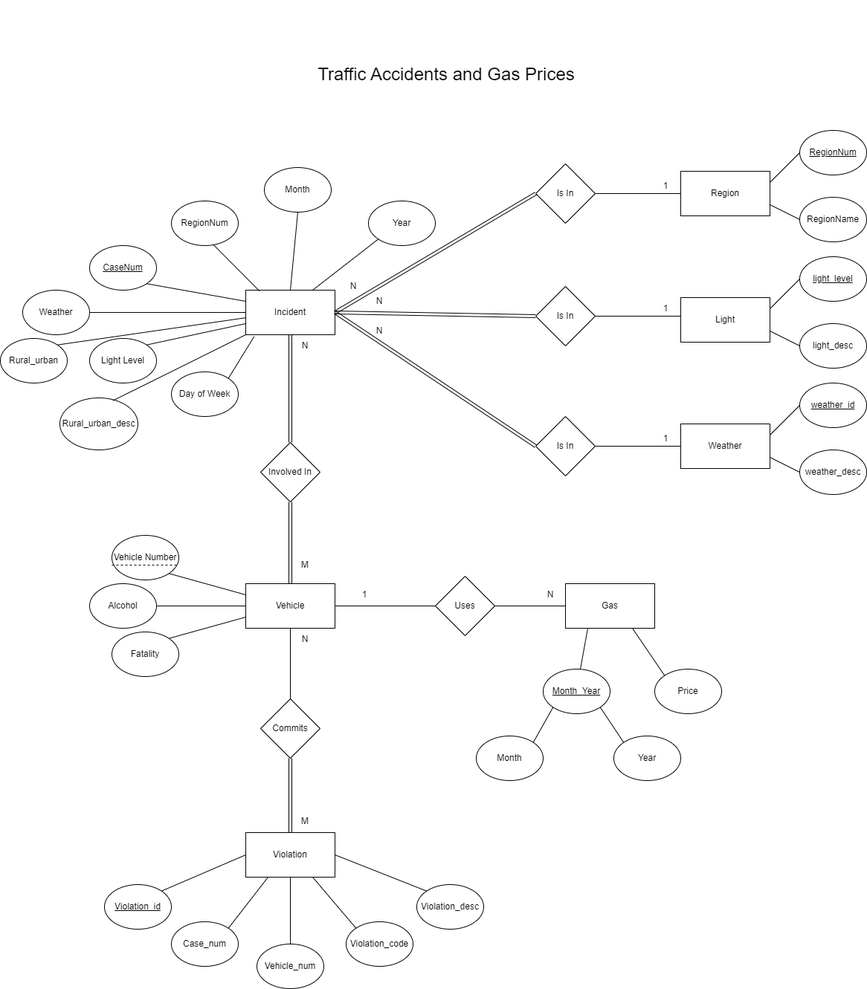
This is Diagrams/UCD_Group_9_ERD.drawio.png from clondon0792/Final_Project_Repo, a draw.io export, as it was before one commit. Source tidied: cells renumbered, new cells last; positions are measured from the earlier drawing's top-left corner, leaving out a move shared by most shapes.
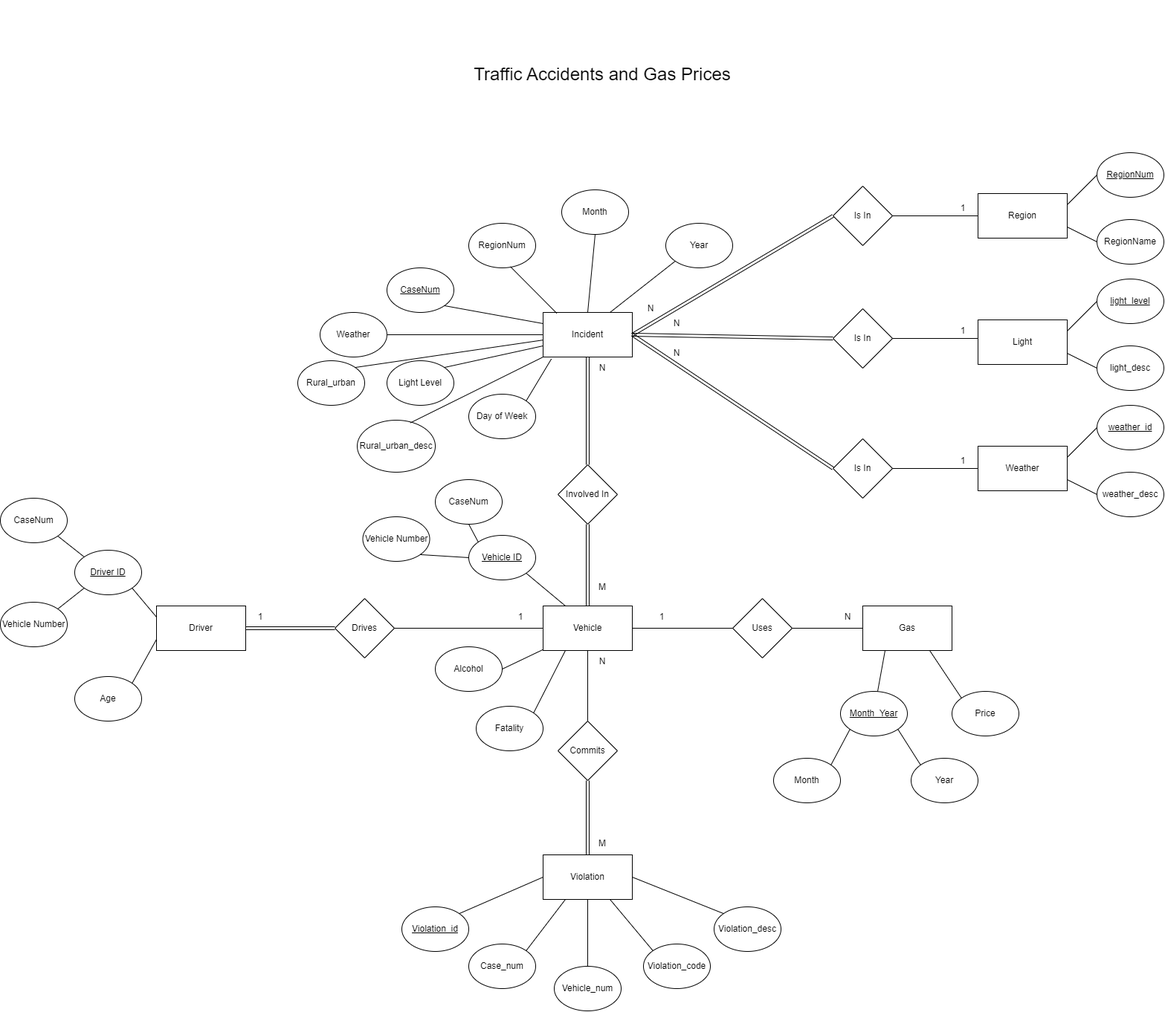
Above is the later version.

What changed in the source:
```diff
@@ -32,14 +32,9 @@
     <mxCell id="11" value="Vehicle" style="rounded=0;whiteSpace=wrap;html=1;" parent="1" vertex="1">
       <mxGeometry x="330" y="785" width="120" height="60" as="geometry" />
     </mxCell>
-    <mxCell id="12" value="Vehicle Number" style="ellipse;whiteSpace=wrap;html=1;" parent="1" vertex="1">
-      <mxGeometry x="150" y="720" width="90" height="60" as="geometry" />
+    <mxCell id="12" value="&lt;u&gt;Vehicle ID&lt;/u&gt;" style="ellipse;whiteSpace=wrap;html=1;" parent="1" vertex="1">
+      <mxGeometry x="230" y="690" width="90" height="60" as="geometry" />
     </mxCell>
-    <mxCell id="13" style="endArrow=none;dashed=1;html=1;rounded=0;exitX=0;exitY=0.667;exitDx=0;exitDy=0;exitPerimeter=0;" parent="1" edge="1" source="12">
-      <mxGeometry relative="1" as="geometry">
-        <mxPoint x="240" y="760" as="targetPoint" />
-      </mxGeometry>
-    </mxCell>
     <mxCell id="14" value="Uses" style="rhombus;whiteSpace=wrap;html=1;strokeColor=default;" parent="1" vertex="1">
       <mxGeometry x="585" y="775" width="80" height="80" as="geometry" />
     </mxCell>
@@ -83,13 +78,13 @@
       <mxGeometry relative="1" as="geometry" />
     </mxCell>
     <mxCell id="28" value="Alcohol&lt;span style=&quot;color: rgba(0, 0, 0, 0); font-family: monospace; font-size: 0px; text-align: start;&quot;&gt;%3CmxGraphModel%3E%3Croot%3E%3CmxCell%20id%3D%220%22%2F%3E%3CmxCell%20id%3D%221%22%20parent%3D%220%22%2F%3E%3CmxCell%20id%3D%222%22%20value%3D%22Vehicle%20Number%22%20style%3D%22ellipse%3BwhiteSpace%3Dwrap%3Bhtml%3D1%3B%22%20vertex%3D%221%22%20parent%3D%221%22%3E%3CmxGeometry%20x%3D%2220%22%20y%3D%22510%22%20width%3D%2290%22%20height%3D%2260%22%20as%3D%22geometry%22%2F%3E%3C%2FmxCell%3E%3C%2Froot%3E%3C%2FmxGraphModel%3E&lt;/span&gt;&lt;span style=&quot;color: rgba(0, 0, 0, 0); font-family: monospace; font-size: 0px; text-align: start;&quot;&gt;%3CmxGraphModel%3E%3Croot%3E%3CmxCell%20id%3D%220%22%2F%3E%3CmxCell%20id%3D%221%22%20parent%3D%220%22%2F%3E%3CmxCell%20id%3D%222%22%20value%3D%22Vehicle%20Number%22%20style%3D%22ellipse%3BwhiteSpace%3Dwrap%3Bhtml%3D1%3B%22%20vertex%3D%221%22%20parent%3D%221%22%3E%3CmxGeometry%20x%3D%2220%22%20y%3D%22510%22%20width%3D%2290%22%20height%3D%2260%22%20as%3D%22geometry%22%2F%3E%3C%2FmxCell%3E%3C%2Froot%3E%3C%2FmxGraphModel%3E&lt;/span&gt;" style="ellipse;whiteSpace=wrap;html=1;" parent="1" vertex="1">
-      <mxGeometry x="120" y="785" width="90" height="60" as="geometry" />
+      <mxGeometry x="185" y="840" width="90" height="60" as="geometry" />
     </mxCell>
     <mxCell id="29" value="Weather" style="ellipse;whiteSpace=wrap;html=1;" parent="1" vertex="1">
       <mxGeometry x="30" y="390" width="90" height="60" as="geometry" />
     </mxCell>
     <mxCell id="30" value="Fatality" style="ellipse;whiteSpace=wrap;html=1;" parent="1" vertex="1">
-      <mxGeometry x="150" y="850" width="90" height="60" as="geometry" />
+      <mxGeometry x="240" y="920" width="90" height="60" as="geometry" />
     </mxCell>
     <mxCell id="31" value="Light Level" style="ellipse;whiteSpace=wrap;html=1;" parent="1" vertex="1">
       <mxGeometry x="120" y="455" width="90" height="60" as="geometry" />
@@ -97,13 +92,13 @@
     <mxCell id="32" value="Day of Week" style="ellipse;whiteSpace=wrap;html=1;" parent="1" vertex="1">
       <mxGeometry x="230" y="500" width="90" height="60" as="geometry" />
     </mxCell>
-    <mxCell id="33" style="endArrow=none;html=1;rounded=0;entryX=0;entryY=0.25;entryDx=0;entryDy=0;exitX=1;exitY=1;exitDx=0;exitDy=0;" parent="1" edge="1" source="12" target="11">
+    <mxCell id="33" style="endArrow=none;html=1;rounded=0;entryX=0.25;entryY=0;entryDx=0;entryDy=0;exitX=1;exitY=1;exitDx=0;exitDy=0;" parent="1" edge="1" source="12" target="11">
       <mxGeometry relative="1" as="geometry" />
     </mxCell>
-    <mxCell id="34" style="endArrow=none;html=1;rounded=0;entryX=1;entryY=0;entryDx=0;entryDy=0;exitX=0;exitY=0.75;exitDx=0;exitDy=0;" parent="1" edge="1" source="11" target="30">
+    <mxCell id="34" style="endArrow=none;html=1;rounded=0;entryX=1;entryY=0;entryDx=0;entryDy=0;exitX=0.25;exitY=1;exitDx=0;exitDy=0;" parent="1" edge="1" source="11" target="30">
       <mxGeometry relative="1" as="geometry" />
     </mxCell>
-    <mxCell id="35" style="endArrow=none;html=1;rounded=0;entryX=1;entryY=0.5;entryDx=0;entryDy=0;exitX=0;exitY=0.5;exitDx=0;exitDy=0;" parent="1" edge="1" source="11" target="28">
+    <mxCell id="35" style="endArrow=none;html=1;rounded=0;entryX=1;entryY=0.5;entryDx=0;entryDy=0;" parent="1" edge="1" source="11" target="28">
       <mxGeometry relative="1" as="geometry" />
     </mxCell>
     <mxCell id="36" style="endArrow=none;html=1;rounded=0;entryX=0.25;entryY=1;entryDx=0;entryDy=0;" parent="1" edge="1" target="8">
@@ -163,7 +158,7 @@
       <mxGeometry x="865" y="235" width="60" height="30" as="geometry" />
     </mxCell>
     <mxCell id="54" value="&lt;font style=&quot;font-size: 24px;&quot;&gt;Traffic Accidents and Gas Prices&lt;/font&gt;" style="text;html=1;strokeColor=none;fillColor=none;align=center;verticalAlign=middle;whiteSpace=wrap;rounded=0;" parent="1" vertex="1">
-      <mxGeometry x="410" width="380" height="200" as="geometry" />
+      <mxGeometry x="220" y="-30" width="380" height="200" as="geometry" />
     </mxCell>
     <mxCell id="55" value="Light" style="rounded=0;whiteSpace=wrap;html=1;" parent="1" vertex="1">
       <mxGeometry x="915" y="400" width="120" height="60" as="geometry" />
@@ -289,5 +284,59 @@
     <mxCell id="94" style="endArrow=none;html=1;rounded=0;exitX=0.68;exitY=0.052;exitDx=0;exitDy=0;exitPerimeter=0;entryX=0;entryY=1;entryDx=0;entryDy=0;" parent="1" edge="1" source="92" target="2">
       <mxGeometry relative="1" as="geometry" />
     </mxCell>
+    <mxCell id="95" value="Driver" style="rounded=0;whiteSpace=wrap;html=1;" parent="1" vertex="1">
+      <mxGeometry x="-190" y="785" width="120" height="60" as="geometry" />
+    </mxCell>
+    <mxCell id="96" value="Age" style="ellipse;whiteSpace=wrap;html=1;" parent="1" vertex="1">
+      <mxGeometry x="-300" y="880" width="90" height="60" as="geometry" />
+    </mxCell>
+    <mxCell id="97" value="Vehicle Number" style="ellipse;whiteSpace=wrap;html=1;" parent="1" vertex="1">
+      <mxGeometry x="-400" y="780" width="90" height="60" as="geometry" />
+    </mxCell>
+    <mxCell id="98" value="CaseNum" style="ellipse;whiteSpace=wrap;html=1;" parent="1" vertex="1">
+      <mxGeometry x="-400" y="640" width="90" height="60" as="geometry" />
+    </mxCell>
+    <mxCell id="99" value="CaseNum" style="ellipse;whiteSpace=wrap;html=1;" parent="1" vertex="1">
+      <mxGeometry x="185" y="615" width="90" height="60" as="geometry" />
+    </mxCell>
+    <mxCell id="100" value="Vehicle Number" style="ellipse;whiteSpace=wrap;html=1;" parent="1" vertex="1">
+      <mxGeometry x="87.5" y="665" width="90" height="60" as="geometry" />
+    </mxCell>
+    <mxCell id="101" style="endArrow=none;html=1;rounded=0;entryX=0.5;entryY=1;entryDx=0;entryDy=0;exitX=0;exitY=0;exitDx=0;exitDy=0;" parent="1" edge="1" source="12" target="99">
+      <mxGeometry relative="1" as="geometry" />
+    </mxCell>
+    <mxCell id="102" style="endArrow=none;html=1;rounded=0;entryX=1;entryY=1;entryDx=0;entryDy=0;exitX=0;exitY=0.5;exitDx=0;exitDy=0;" parent="1" edge="1" source="12" target="100">
+      <mxGeometry relative="1" as="geometry" />
+    </mxCell>
+    <mxCell id="103" value="&lt;u&gt;Driver ID&lt;/u&gt;" style="ellipse;whiteSpace=wrap;html=1;" parent="1" vertex="1">
+      <mxGeometry x="-300" y="710" width="90" height="60" as="geometry" />
+    </mxCell>
+    <mxCell id="104" style="endArrow=none;html=1;rounded=0;entryX=0;entryY=0;entryDx=0;entryDy=0;exitX=1;exitY=1;exitDx=0;exitDy=0;" parent="1" edge="1" source="98" target="103">
+      <mxGeometry relative="1" as="geometry" />
+    </mxCell>
+    <mxCell id="105" style="endArrow=none;html=1;rounded=0;exitX=1;exitY=0;exitDx=0;exitDy=0;entryX=0;entryY=1;entryDx=0;entryDy=0;" parent="1" edge="1" source="97" target="103">
+      <mxGeometry relative="1" as="geometry" />
+    </mxCell>
+    <mxCell id="106" style="endArrow=none;html=1;rounded=0;entryX=0;entryY=0.25;entryDx=0;entryDy=0;exitX=1;exitY=1;exitDx=0;exitDy=0;" parent="1" edge="1" source="103" target="95">
+      <mxGeometry relative="1" as="geometry" />
+    </mxCell>
+    <mxCell id="107" style="endArrow=none;html=1;rounded=0;exitX=1;exitY=0;exitDx=0;exitDy=0;entryX=0;entryY=0.75;entryDx=0;entryDy=0;" parent="1" edge="1" source="96" target="95">
+      <mxGeometry relative="1" as="geometry" />
+    </mxCell>
+    <mxCell id="108" value="Drives" style="rhombus;whiteSpace=wrap;html=1;strokeColor=default;" parent="1" vertex="1">
+      <mxGeometry x="50" y="775" width="80" height="80" as="geometry" />
+    </mxCell>
+    <mxCell id="109" style="endArrow=none;html=1;rounded=0;exitX=1;exitY=0.5;exitDx=0;exitDy=0;entryX=0;entryY=0.5;entryDx=0;entryDy=0;shape=link;" parent="1" edge="1" source="95" target="108">
+      <mxGeometry relative="1" as="geometry" />
+    </mxCell>
+    <mxCell id="110" style="endArrow=none;html=1;rounded=0;exitX=1;exitY=0.5;exitDx=0;exitDy=0;entryX=0;entryY=0.5;entryDx=0;entryDy=0;" parent="1" edge="1" source="108" target="11">
+      <mxGeometry relative="1" as="geometry" />
+    </mxCell>
+    <mxCell id="111" value="1" style="text;html=1;strokeColor=none;fillColor=none;align=center;verticalAlign=middle;whiteSpace=wrap;rounded=0;" parent="1" vertex="1">
+      <mxGeometry x="-80" y="785" width="60" height="30" as="geometry" />
+    </mxCell>
+    <mxCell id="112" value="1" style="text;html=1;strokeColor=none;fillColor=none;align=center;verticalAlign=middle;whiteSpace=wrap;rounded=0;" parent="1" vertex="1">
+      <mxGeometry x="270" y="785" width="60" height="30" as="geometry" />
+    </mxCell>
   </root>
 </mxGraphModel>
```
